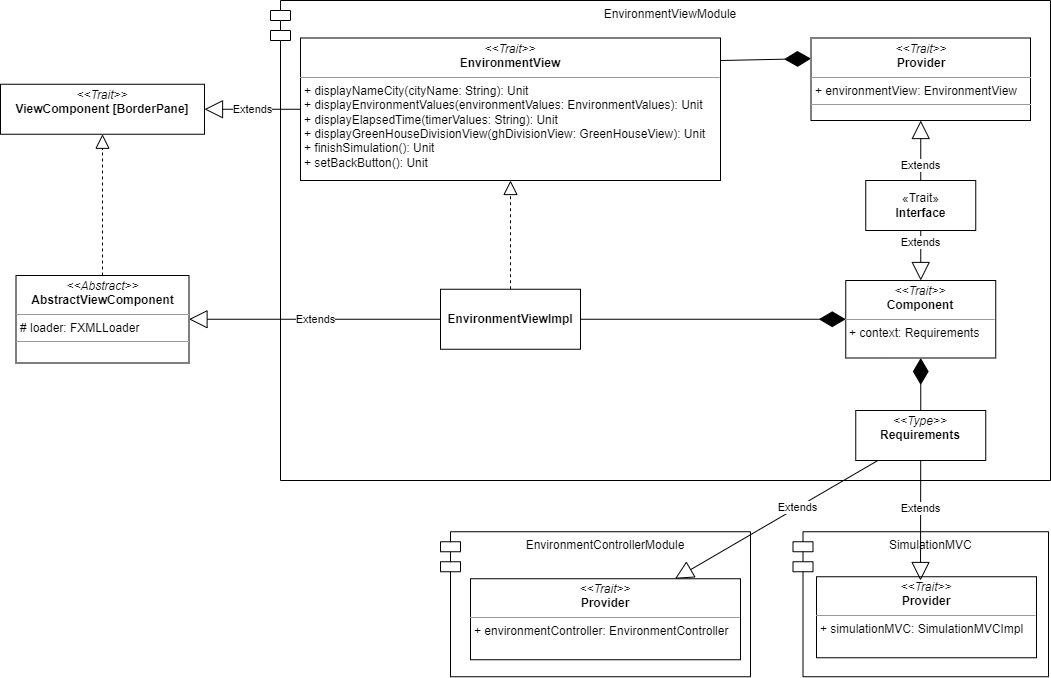
This is docs/img/environmentViewModule.png from AnnaVitali/PPS-22-smartgh, a draw.io export, as it was before one commit. Source tidied: cells renumbered, new cells last; positions are measured from the earlier drawing's top-left corner, leaving out a move shared by most shapes.
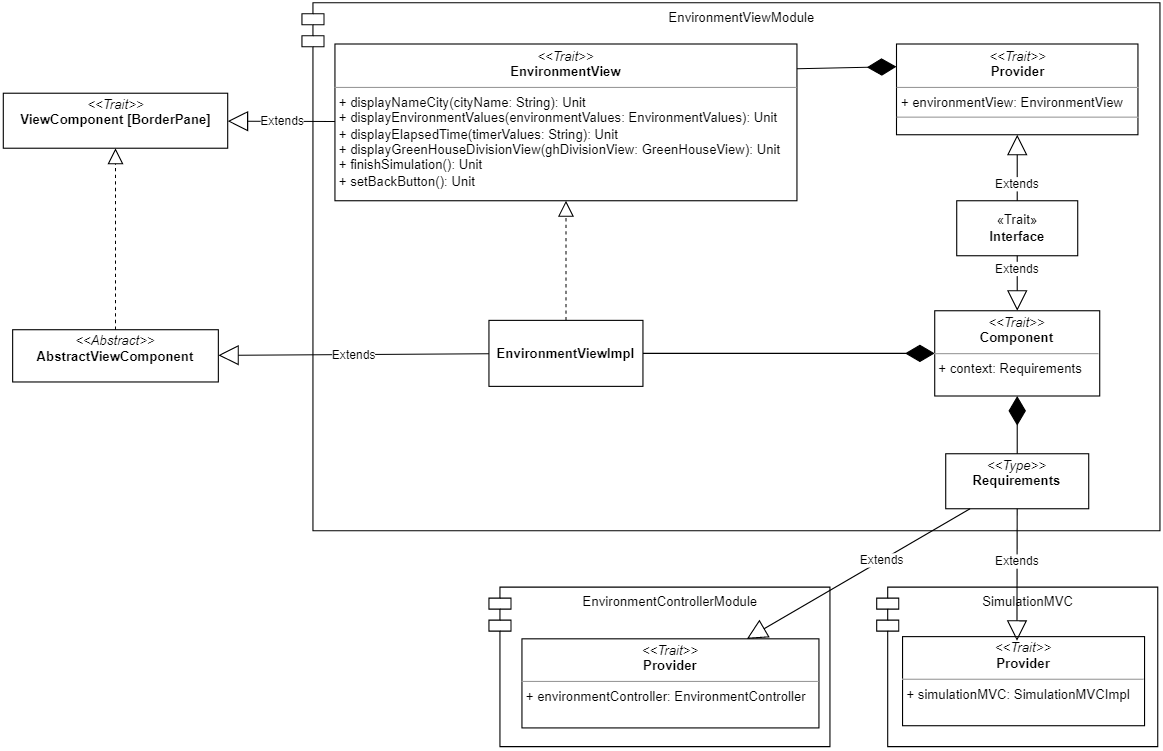
Later version of the same file.

Commit message:
docs: update view component and images

The edit, as a diff of the source:
```diff
@@ -11,70 +11,70 @@
     <mxCell id="4" value="&lt;p style=&quot;margin:0px;margin-top:4px;text-align:center;&quot;&gt;&lt;i&gt;&amp;lt;&amp;lt;Trait&amp;gt;&amp;gt;&lt;/i&gt;&lt;br&gt;&lt;b&gt;EnvironmentView&lt;/b&gt;&lt;br&gt;&lt;/p&gt;&lt;hr size=&quot;1&quot;&gt;&lt;p style=&quot;margin:0px;margin-left:4px;&quot;&gt;+ displayNameCity(cityName: String): Unit&lt;/p&gt;&lt;p style=&quot;margin:0px;margin-left:4px;&quot;&gt;+ displayEnvironmentValues(environmentValues: EnvironmentValues): Unit&lt;br&gt;&lt;/p&gt;&lt;p style=&quot;margin:0px;margin-left:4px;&quot;&gt;+ displayElapsedTime(timerValues: String): Unit&lt;br&gt;&lt;/p&gt;&lt;p style=&quot;margin:0px;margin-left:4px;&quot;&gt;+ displayGreenHouseDivisionView(ghDivisionView: GreenHouseView): Unit&lt;br&gt;&lt;/p&gt;&lt;p style=&quot;margin:0px;margin-left:4px;&quot;&gt;+ finishSimulation(): Unit&lt;br&gt;&lt;/p&gt;&lt;p style=&quot;margin:0px;margin-left:4px;&quot;&gt;+ setBackButton(): Unit&lt;br&gt;&lt;/p&gt;" style="verticalAlign=top;align=left;overflow=fill;fontSize=12;fontFamily=Helvetica;html=1;fillColor=default;" parent="1" vertex="1">
       <mxGeometry x="300" y="37.5" width="420" height="142.5" as="geometry" />
     </mxCell>
-    <mxCell id="5" value="&lt;p style=&quot;margin:0px;margin-top:4px;text-align:center;&quot;&gt;&lt;i&gt;&amp;lt;&amp;lt;Trait&amp;gt;&amp;gt;&lt;/i&gt;&lt;br&gt;&lt;b&gt;ViewComponent [BorderPane]&lt;/b&gt;&lt;/p&gt;" style="verticalAlign=top;align=left;overflow=fill;fontSize=12;fontFamily=Helvetica;html=1;fillColor=default;" parent="1" vertex="1">
-      <mxGeometry y="83.8" width="204" height="50" as="geometry" />
+    <mxCell id="5" value="&lt;p style=&quot;margin:0px;margin-top:4px;text-align:center;&quot;&gt;&lt;i&gt;&amp;lt;&amp;lt;Trait&amp;gt;&amp;gt;&lt;/i&gt;&lt;br&gt;&lt;b&gt;Provider&lt;/b&gt;&lt;br&gt;&lt;/p&gt;&lt;hr size=&quot;1&quot;&gt;&lt;p style=&quot;margin:0px;margin-left:4px;&quot;&gt;+ environmentView: EnvironmentView&lt;br&gt;&lt;/p&gt;&lt;hr size=&quot;1&quot;&gt;" style="verticalAlign=top;align=left;overflow=fill;fontSize=12;fontFamily=Helvetica;html=1;fillColor=default;" parent="1" vertex="1">
+      <mxGeometry x="810.5" y="37.5" width="219.5" height="82.5" as="geometry" />
     </mxCell>
-    <mxCell id="6" value="&lt;p style=&quot;margin:0px;margin-top:4px;text-align:center;&quot;&gt;&lt;i&gt;&amp;lt;&amp;lt;Trait&amp;gt;&amp;gt;&lt;/i&gt;&lt;br&gt;&lt;b&gt;Provider&lt;/b&gt;&lt;br&gt;&lt;/p&gt;&lt;hr size=&quot;1&quot;&gt;&lt;p style=&quot;margin:0px;margin-left:4px;&quot;&gt;+ environmentView: EnvironmentView&lt;br&gt;&lt;/p&gt;&lt;hr size=&quot;1&quot;&gt;" style="verticalAlign=top;align=left;overflow=fill;fontSize=12;fontFamily=Helvetica;html=1;fillColor=default;" parent="1" vertex="1">
-      <mxGeometry x="810.5" y="37.5" width="219.5" height="82.5" as="geometry" />
+    <mxCell id="6" value="«Trait»&lt;br&gt;&lt;b&gt;Interface&lt;/b&gt;" style="html=1;fillColor=default;" parent="1" vertex="1">
+      <mxGeometry x="865.2" y="180" width="110" height="50" as="geometry" />
     </mxCell>
-    <mxCell id="7" value="«Trait»&lt;br&gt;&lt;b&gt;Interface&lt;/b&gt;" style="html=1;fillColor=default;" parent="1" vertex="1">
-      <mxGeometry x="865.2" y="180" width="110" height="50" as="geometry" />
+    <mxCell id="7" value="Extends" style="endArrow=block;endSize=16;endFill=0;html=1;rounded=0;exitX=0.5;exitY=1;exitDx=0;exitDy=0;" parent="1" edge="1" source="6" target="12">
+      <mxGeometry x="-0.53" relative="1" as="geometry" />
     </mxCell>
-    <mxCell id="8" value="Extends" style="endArrow=block;endSize=16;endFill=0;html=1;rounded=0;exitX=0.5;exitY=1;exitDx=0;exitDy=0;" parent="1" edge="1" source="7" target="13">
-      <mxGeometry x="-0.53" relative="1" as="geometry" />
+    <mxCell id="8" value="&lt;div&gt;Extends&lt;/div&gt;" style="endArrow=block;endSize=16;endFill=0;html=1;rounded=0;entryX=0.5;entryY=1;entryDx=0;entryDy=0;exitX=0.5;exitY=0;exitDx=0;exitDy=0;" parent="1" edge="1" source="6" target="5">
+      <mxGeometry x="-0.5" relative="1" as="geometry" />
     </mxCell>
-    <mxCell id="9" value="&lt;div&gt;Extends&lt;/div&gt;" style="endArrow=block;endSize=16;endFill=0;html=1;rounded=0;entryX=0.5;entryY=1;entryDx=0;entryDy=0;exitX=0.5;exitY=0;exitDx=0;exitDy=0;" parent="1" edge="1" source="7" target="6">
-      <mxGeometry x="-0.5" relative="1" as="geometry" />
+    <mxCell id="9" style="endArrow=diamondThin;endFill=1;endSize=24;html=1;rounded=0;exitX=1;exitY=0.158;exitDx=0;exitDy=0;entryX=0;entryY=0.25;entryDx=0;entryDy=0;exitPerimeter=0;" parent="1" edge="1" source="4" target="5">
+      <mxGeometry relative="1" as="geometry" />
     </mxCell>
-    <mxCell id="10" style="endArrow=diamondThin;endFill=1;endSize=24;html=1;rounded=0;exitX=1;exitY=0.158;exitDx=0;exitDy=0;entryX=0;entryY=0.25;entryDx=0;entryDy=0;exitPerimeter=0;" parent="1" edge="1" source="4" target="6">
+    <mxCell id="10" style="endArrow=diamondThin;endFill=1;endSize=24;html=1;rounded=0;" parent="1" edge="1" source="19" target="12">
       <mxGeometry relative="1" as="geometry" />
     </mxCell>
-    <mxCell id="11" style="endArrow=diamondThin;endFill=1;endSize=24;html=1;rounded=0;" parent="1" edge="1" source="22" target="13">
-      <mxGeometry relative="1" as="geometry" />
+    <mxCell id="11" value="&lt;p style=&quot;margin:0px;margin-top:4px;text-align:center;&quot;&gt;&lt;i&gt;&amp;lt;&amp;lt;Type&amp;gt;&amp;gt;&lt;/i&gt;&lt;br&gt;&lt;b&gt;Requirements&lt;/b&gt;&lt;br&gt;&lt;/p&gt;&lt;p style=&quot;margin:0px;margin-left:4px;&quot;&gt;&lt;br&gt;&lt;/p&gt;" style="verticalAlign=top;align=left;overflow=fill;fontSize=12;fontFamily=Helvetica;html=1;fillColor=default;" parent="1" vertex="1">
+      <mxGeometry x="855.2" y="410" width="130" height="50" as="geometry" />
     </mxCell>
-    <mxCell id="12" value="&lt;p style=&quot;margin:0px;margin-top:4px;text-align:center;&quot;&gt;&lt;i&gt;&amp;lt;&amp;lt;Type&amp;gt;&amp;gt;&lt;/i&gt;&lt;br&gt;&lt;b&gt;Requirements&lt;/b&gt;&lt;br&gt;&lt;/p&gt;&lt;p style=&quot;margin:0px;margin-left:4px;&quot;&gt;&lt;br&gt;&lt;/p&gt;" style="verticalAlign=top;align=left;overflow=fill;fontSize=12;fontFamily=Helvetica;html=1;fillColor=default;" parent="1" vertex="1">
-      <mxGeometry x="855.2" y="410" width="130" height="50" as="geometry" />
+    <mxCell id="12" value="&lt;p style=&quot;margin:0px;margin-top:4px;text-align:center;&quot;&gt;&lt;i&gt;&amp;lt;&amp;lt;Trait&amp;gt;&amp;gt;&lt;/i&gt;&lt;br&gt;&lt;b&gt;Component&lt;/b&gt;&lt;br&gt;&lt;/p&gt;&lt;hr size=&quot;1&quot;&gt;&lt;p style=&quot;margin:0px;margin-left:4px;&quot;&gt;+ context: Requirements&lt;br&gt;&lt;/p&gt;" style="verticalAlign=top;align=left;overflow=fill;fontSize=12;fontFamily=Helvetica;html=1;fillColor=default;" parent="1" vertex="1">
+      <mxGeometry x="845.2" y="280" width="150" height="77.5" as="geometry" />
     </mxCell>
-    <mxCell id="13" value="&lt;p style=&quot;margin:0px;margin-top:4px;text-align:center;&quot;&gt;&lt;i&gt;&amp;lt;&amp;lt;Trait&amp;gt;&amp;gt;&lt;/i&gt;&lt;br&gt;&lt;b&gt;Component&lt;/b&gt;&lt;br&gt;&lt;/p&gt;&lt;hr size=&quot;1&quot;&gt;&lt;p style=&quot;margin:0px;margin-left:4px;&quot;&gt;+ context: Requirements&lt;br&gt;&lt;/p&gt;" style="verticalAlign=top;align=left;overflow=fill;fontSize=12;fontFamily=Helvetica;html=1;fillColor=default;" parent="1" vertex="1">
-      <mxGeometry x="845.2" y="280" width="150" height="77.5" as="geometry" />
+    <mxCell id="13" value="&lt;p style=&quot;margin:0px;margin-top:4px;text-align:center;&quot;&gt;&lt;i&gt;&amp;lt;&amp;lt;Trait&amp;gt;&amp;gt;&lt;/i&gt;&lt;br&gt;&lt;b&gt;Provider&lt;/b&gt;&lt;br&gt;&lt;/p&gt;&lt;hr size=&quot;1&quot;&gt;&lt;p style=&quot;margin:0px;margin-left:4px;&quot;&gt;+ environmentController: EnvironmentController&lt;br&gt;&lt;/p&gt;" style="verticalAlign=top;align=left;overflow=fill;fontSize=12;fontFamily=Helvetica;html=1;fillColor=default;" parent="1" vertex="1">
+      <mxGeometry x="470" y="578.2" width="270" height="81" as="geometry" />
     </mxCell>
-    <mxCell id="14" value="&lt;p style=&quot;margin:0px;margin-top:4px;text-align:center;&quot;&gt;&lt;i&gt;&amp;lt;&amp;lt;Trait&amp;gt;&amp;gt;&lt;/i&gt;&lt;br&gt;&lt;b&gt;Provider&lt;/b&gt;&lt;br&gt;&lt;/p&gt;&lt;hr size=&quot;1&quot;&gt;&lt;p style=&quot;margin:0px;margin-left:4px;&quot;&gt;+ environmentController: EnvironmentController&lt;br&gt;&lt;/p&gt;" style="verticalAlign=top;align=left;overflow=fill;fontSize=12;fontFamily=Helvetica;html=1;fillColor=default;" parent="1" vertex="1">
-      <mxGeometry x="470" y="578.2" width="270" height="81" as="geometry" />
+    <mxCell id="14" style="endArrow=diamondThin;endFill=1;endSize=24;html=1;rounded=0;exitX=0.5;exitY=0;exitDx=0;exitDy=0;" parent="1" edge="1" source="11" target="12">
+      <mxGeometry relative="1" as="geometry" />
     </mxCell>
-    <mxCell id="15" style="endArrow=diamondThin;endFill=1;endSize=24;html=1;rounded=0;exitX=0.5;exitY=0;exitDx=0;exitDy=0;" parent="1" edge="1" source="12" target="13">
-      <mxGeometry relative="1" as="geometry" />
+    <mxCell id="15" value="Extends" style="endArrow=block;endSize=16;endFill=0;html=1;rounded=0;" parent="1" edge="1" source="11" target="13">
+      <mxGeometry x="-0.2" relative="1" as="geometry" />
     </mxCell>
-    <mxCell id="16" value="Extends" style="endArrow=block;endSize=16;endFill=0;html=1;rounded=0;" parent="1" edge="1" source="12" target="14">
-      <mxGeometry x="-0.2" relative="1" as="geometry" />
+    <mxCell id="16" style="endArrow=block;dashed=1;endFill=0;endSize=12;html=1;rounded=0;" parent="1" edge="1" source="19" target="4">
+      <mxGeometry relative="1" as="geometry" />
     </mxCell>
-    <mxCell id="17" style="endArrow=block;dashed=1;endFill=0;endSize=12;html=1;rounded=0;" parent="1" edge="1" source="22" target="4">
+    <mxCell id="17" value="Extends" style="endArrow=block;endSize=16;endFill=0;html=1;rounded=0;" parent="1" edge="1" source="19" target="24">
       <mxGeometry relative="1" as="geometry" />
     </mxCell>
-    <mxCell id="18" value="Extends" style="endArrow=block;endSize=16;endFill=0;html=1;rounded=0;" parent="1" edge="1" source="22" target="19">
+    <mxCell id="18" value="Extends" style="endArrow=block;endSize=16;endFill=0;html=1;rounded=0;" parent="1" edge="1" source="4" target="23">
       <mxGeometry relative="1" as="geometry" />
     </mxCell>
-    <mxCell id="19" value="&lt;p style=&quot;margin:0px;margin-top:4px;text-align:center;&quot;&gt;&lt;i&gt;&amp;lt;&amp;lt;Abstract&amp;gt;&amp;gt;&lt;/i&gt;&lt;br&gt;&lt;b&gt;AbstractViewComponent&lt;/b&gt;&lt;br&gt;&lt;/p&gt;&lt;hr size=&quot;1&quot;&gt;&lt;p style=&quot;margin:0px;margin-left:4px;&quot;&gt;# loader: FXMLLoader&lt;br&gt;&lt;/p&gt;&lt;hr size=&quot;1&quot;&gt;&lt;p style=&quot;margin:0px;margin-left:4px;&quot;&gt;&lt;br&gt;&lt;/p&gt;" style="verticalAlign=top;align=left;overflow=fill;fontSize=12;fontFamily=Helvetica;html=1;" parent="1" vertex="1">
-      <mxGeometry x="15.5" y="275" width="173" height="87.5" as="geometry" />
+    <mxCell id="19" value="&lt;b&gt;EnvironmentViewImpl&lt;/b&gt;" style="rounded=0;whiteSpace=wrap;html=1;" parent="1" vertex="1">
+      <mxGeometry x="440" y="288.8" width="140" height="60" as="geometry" />
     </mxCell>
-    <mxCell id="20" value="Extends" style="endArrow=block;endSize=16;endFill=0;html=1;rounded=0;" parent="1" edge="1" source="4" target="5">
-      <mxGeometry relative="1" as="geometry" />
+    <mxCell id="20" value="SimulationMVC" style="shape=module;align=left;spacingLeft=20;align=center;verticalAlign=top;fillColor=none;" parent="1" vertex="1">
+      <mxGeometry x="792.5" y="531.2" width="255.5" height="145" as="geometry" />
     </mxCell>
-    <mxCell id="21" style="endArrow=block;dashed=1;endFill=0;endSize=12;html=1;rounded=0;" parent="1" edge="1" source="19" target="5">
-      <mxGeometry relative="1" as="geometry" />
+    <mxCell id="21" value="&lt;p style=&quot;margin:0px;margin-top:4px;text-align:center;&quot;&gt;&lt;i&gt;&amp;lt;&amp;lt;Trait&amp;gt;&amp;gt;&lt;/i&gt;&lt;br&gt;&lt;b&gt;Provider&lt;/b&gt;&lt;br&gt;&lt;/p&gt;&lt;hr size=&quot;1&quot;&gt;&lt;p style=&quot;margin:0px;margin-left:4px;&quot;&gt;+ simulationMVC: SimulationMVCImpl&lt;br&gt;&lt;/p&gt;" style="verticalAlign=top;align=left;overflow=fill;fontSize=12;fontFamily=Helvetica;html=1;fillColor=default;" parent="1" vertex="1">
+      <mxGeometry x="816" y="576.2" width="220" height="81" as="geometry" />
     </mxCell>
-    <mxCell id="22" value="&lt;b&gt;EnvironmentViewImpl&lt;/b&gt;" style="rounded=0;whiteSpace=wrap;html=1;" parent="1" vertex="1">
-      <mxGeometry x="440" y="288.8" width="140" height="60" as="geometry" />
+    <mxCell id="22" value="Extends" style="endArrow=block;endSize=16;endFill=0;html=1;rounded=0;" parent="1" edge="1" source="11">
+      <mxGeometry x="-0.2" relative="1" as="geometry">
+        <mxPoint x="920" y="580" as="targetPoint" />
+      </mxGeometry>
     </mxCell>
-    <mxCell id="23" value="SimulationMVC" style="shape=module;align=left;spacingLeft=20;align=center;verticalAlign=top;fillColor=none;" parent="1" vertex="1">
-      <mxGeometry x="792.5" y="531.2" width="255.5" height="145" as="geometry" />
+    <mxCell id="23" value="&lt;p style=&quot;margin:0px;margin-top:4px;text-align:center;&quot;&gt;&lt;i&gt;&amp;lt;&amp;lt;Trait&amp;gt;&amp;gt;&lt;/i&gt;&lt;br&gt;&lt;b&gt;ViewComponent [BorderPane]&lt;/b&gt;&lt;/p&gt;" style="verticalAlign=top;align=left;overflow=fill;fontSize=12;fontFamily=Helvetica;html=1;fillColor=default;" parent="1" vertex="1">
+      <mxGeometry x="-1.5" y="82.2" width="204" height="50" as="geometry" />
     </mxCell>
-    <mxCell id="24" value="&lt;p style=&quot;margin:0px;margin-top:4px;text-align:center;&quot;&gt;&lt;i&gt;&amp;lt;&amp;lt;Trait&amp;gt;&amp;gt;&lt;/i&gt;&lt;br&gt;&lt;b&gt;Provider&lt;/b&gt;&lt;br&gt;&lt;/p&gt;&lt;hr size=&quot;1&quot;&gt;&lt;p style=&quot;margin:0px;margin-left:4px;&quot;&gt;+ simulationMVC: SimulationMVCImpl&lt;br&gt;&lt;/p&gt;" style="verticalAlign=top;align=left;overflow=fill;fontSize=12;fontFamily=Helvetica;html=1;fillColor=default;" parent="1" vertex="1">
-      <mxGeometry x="816" y="576.2" width="220" height="81" as="geometry" />
+    <mxCell id="24" value="&lt;p style=&quot;margin:0px;margin-top:4px;text-align:center;&quot;&gt;&lt;i&gt;&amp;lt;&amp;lt;Abstract&amp;gt;&amp;gt;&lt;/i&gt;&lt;br&gt;&lt;b&gt;AbstractViewComponent&lt;/b&gt;&lt;br&gt;&lt;/p&gt;&lt;p style=&quot;margin:0px;margin-left:4px;&quot;&gt;&lt;br&gt;&lt;/p&gt;" style="verticalAlign=top;align=left;overflow=fill;fontSize=12;fontFamily=Helvetica;html=1;" parent="1" vertex="1">
+      <mxGeometry x="7" y="297.2" width="187" height="47.5" as="geometry" />
     </mxCell>
-    <mxCell id="25" value="Extends" style="endArrow=block;endSize=16;endFill=0;html=1;rounded=0;" parent="1" edge="1" source="12">
-      <mxGeometry x="-0.2" relative="1" as="geometry">
-        <mxPoint x="920" y="580" as="targetPoint" />
-      </mxGeometry>
+    <mxCell id="25" style="endArrow=block;dashed=1;endFill=0;endSize=12;html=1;rounded=0;" parent="1" edge="1" source="24" target="23">
+      <mxGeometry relative="1" as="geometry" />
     </mxCell>
   </root>
 </mxGraphModel>
```
